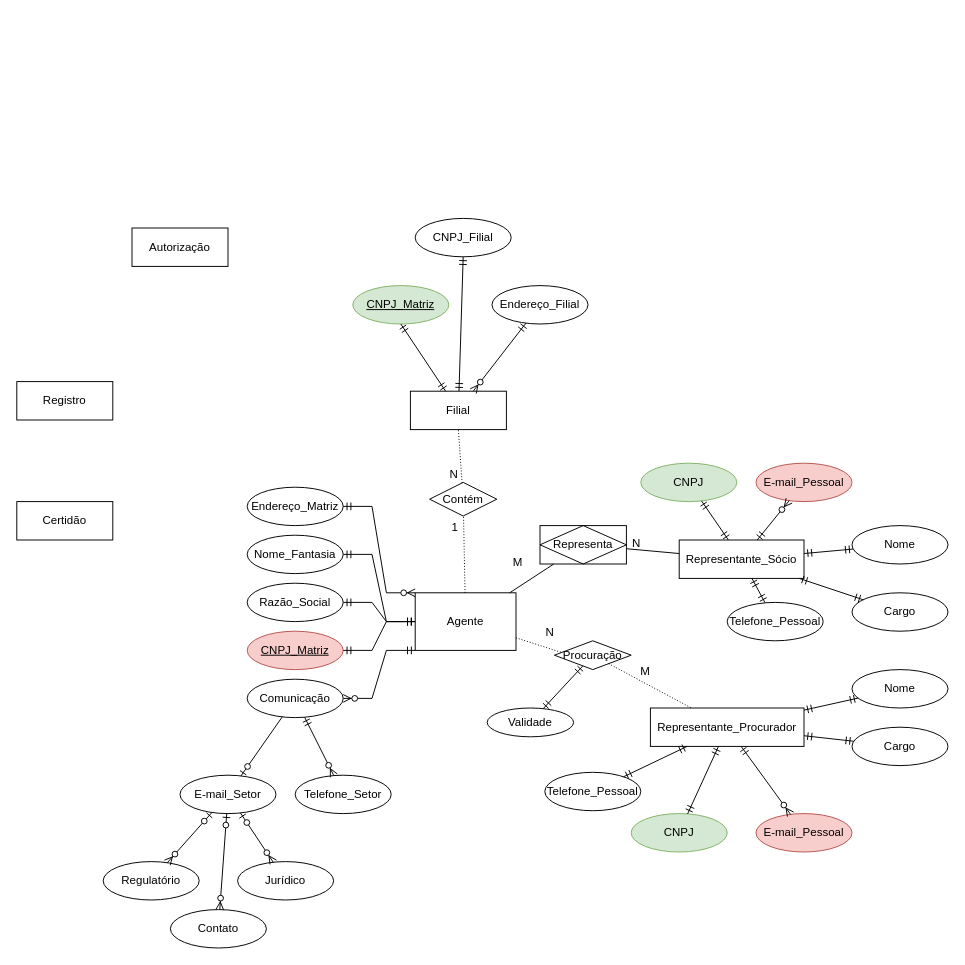
This is Cadastro.drawio from GustavoCoutinhoAraujo/GustavoCoutinhoAraujo, a draw.io file, before an edit. Source tidied: cells renumbered, new cells numbered last; positions are measured from the earlier drawing's top-left corner, leaving out a move shared by most shapes. Both pictures are drawn from the tidied source at 96%, with x=0, y=0 at pixel (16, 218).
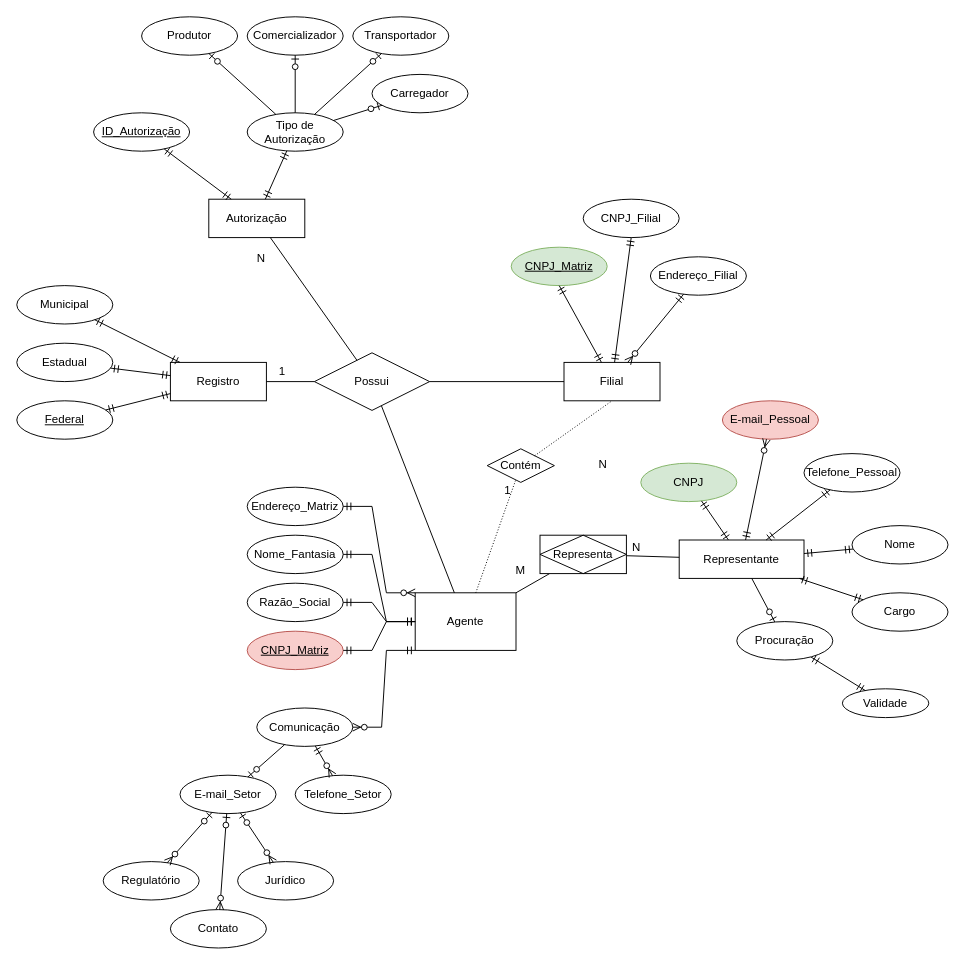
The same diagram, later.

The change refers to these unchanged cells:
```xml
<mxCell id="9" value="Agente" style="whiteSpace=wrap;html=1;align=center;" parent="1" vertex="1">
  <mxGeometry x="415" y="390" width="105" height="60" as="geometry" />
</mxCell>
<mxCell id="53" style="endArrow=none;html=1;rounded=0;dashed=1;dashPattern=1 2;entryX=0.5;entryY=1;entryDx=0;entryDy=0;" parent="1" edge="1" source="24" target="23">
  <mxGeometry relative="1" as="geometry" />
</mxCell>
<mxCell id="55" style="endArrow=none;html=1;rounded=0;" parent="1" edge="1" source="9" target="59">
  <mxGeometry relative="1" as="geometry" />
</mxCell>
```

What changed in the source:
```diff
@@
     <mxCell id="7" value="Comunicação" style="ellipse;whiteSpace=wrap;html=1;align=center;" parent="1" vertex="1">
-      <mxGeometry x="240" y="480" width="100" height="40" as="geometry" />
+      <mxGeometry x="250" y="510" width="100" height="40" as="geometry" />
     </mxCell>
@@
     <mxCell id="23" value="Filial" style="whiteSpace=wrap;html=1;align=center;" parent="1" vertex="1">
-      <mxGeometry x="410" y="180" width="100" height="40" as="geometry" />
+      <mxGeometry x="570" y="150" width="100" height="40" as="geometry" />
     </mxCell>
     <mxCell id="24" value="Contém" style="shape=rhombus;perimeter=rhombusPerimeter;whiteSpace=wrap;html=1;align=center;" parent="1" vertex="1">
-      <mxGeometry x="430" y="275" width="70" height="35" as="geometry" />
+      <mxGeometry x="490" y="240" width="70" height="35" as="geometry" />
     </mxCell>
     <mxCell id="25" value="CNPJ_Matriz" style="ellipse;whiteSpace=wrap;html=1;align=center;fontStyle=4;fillColor=#d5e8d4;strokeColor=#82b366;" parent="1" vertex="1">
-      <mxGeometry x="350" y="70" width="100" height="40" as="geometry" />
+      <mxGeometry x="515" y="30" width="100" height="40" as="geometry" />
     </mxCell>
     <mxCell id="26" value="CNPJ_Filial" style="ellipse;whiteSpace=wrap;html=1;align=center;" parent="1" vertex="1">
-      <mxGeometry x="415" width="100" height="40" as="geometry" />
+      <mxGeometry x="590" y="-20" width="100" height="40" as="geometry" />
     </mxCell>
     <mxCell id="27" value="Endereço_Filial" style="ellipse;whiteSpace=wrap;html=1;align=center;" parent="1" vertex="1">
-      <mxGeometry x="495" y="70" width="100" height="40" as="geometry" />
+      <mxGeometry x="660" y="40" width="100" height="40" as="geometry" />
     </mxCell>
     <mxCell id="28" value="Autorização" style="whiteSpace=wrap;html=1;align=center;" parent="1" vertex="1">
-      <mxGeometry x="120" y="10" width="100" height="40" as="geometry" />
+      <mxGeometry x="200" y="-20" width="100" height="40" as="geometry" />
     </mxCell>
     <mxCell id="29" value="Registro" style="whiteSpace=wrap;html=1;align=center;" parent="1" vertex="1">
-      <mxGeometry y="170" width="100" height="40" as="geometry" />
+      <mxGeometry x="160" y="150" width="100" height="40" as="geometry" />
     </mxCell>
-    <mxCell id="30" value="Certidão" style="whiteSpace=wrap;html=1;align=center;" parent="1" vertex="1">
-      <mxGeometry y="295" width="100" height="40" as="geometry" />
-    </mxCell>
@@
-    <mxCell id="34" value="Representante_Sócio" style="whiteSpace=wrap;html=1;align=center;" parent="1" vertex="1">
+    <mxCell id="34" value="Representante" style="whiteSpace=wrap;html=1;align=center;" parent="1" vertex="1">
       <mxGeometry x="690" y="335" width="130" height="40" as="geometry" />
     </mxCell>
@@
     <mxCell id="36" value="E-mail_Pessoal" style="ellipse;whiteSpace=wrap;html=1;align=center;fillColor=#f8cecc;strokeColor=#b85450;" parent="1" vertex="1">
-      <mxGeometry x="770" y="255" width="100" height="40" as="geometry" />
+      <mxGeometry x="735" y="190" width="100" height="40" as="geometry" />
     </mxCell>
@@
-    <mxCell id="39" value="Representante_Procurador" style="whiteSpace=wrap;html=1;align=center;" parent="1" vertex="1">
-      <mxGeometry x="660" y="510" width="160" height="40" as="geometry" />
-    </mxCell>
-    <mxCell id="40" value="CNPJ" style="ellipse;whiteSpace=wrap;html=1;align=center;fillColor=#d5e8d4;strokeColor=#82b366;" parent="1" vertex="1">
-      <mxGeometry x="640" y="620" width="100" height="40" as="geometry" />
-    </mxCell>
-    <mxCell id="41" value="E-mail_Pessoal" style="ellipse;whiteSpace=wrap;html=1;align=center;fillColor=#f8cecc;strokeColor=#b85450;" parent="1" vertex="1">
-      <mxGeometry x="770" y="620" width="100" height="40" as="geometry" />
-    </mxCell>
-    <mxCell id="42" value="Nome" style="ellipse;whiteSpace=wrap;html=1;align=center;" parent="1" vertex="1">
-      <mxGeometry x="870" y="470" width="100" height="40" as="geometry" />
-    </mxCell>
-    <mxCell id="43" value="Cargo" style="ellipse;whiteSpace=wrap;html=1;align=center;" parent="1" vertex="1">
-      <mxGeometry x="870" y="530" width="100" height="40" as="geometry" />
-    </mxCell>
-    <mxCell id="44" value="Procuração" style="shape=rhombus;perimeter=rhombusPerimeter;whiteSpace=wrap;html=1;align=center;" parent="1" vertex="1">
-      <mxGeometry x="560" y="440" width="80" height="30" as="geometry" />
-    </mxCell>
@@
     <mxCell id="49" value="Validade" style="ellipse;whiteSpace=wrap;html=1;align=center;" parent="1" vertex="1">
-      <mxGeometry x="490" y="510" width="90" height="30" as="geometry" />
+      <mxGeometry x="860" y="490" width="90" height="30" as="geometry" />
     </mxCell>
@@
     <mxCell id="54" value="N" style="html=1;align=right;verticalAlign=bottom;" parent="53" vertex="1">
       <mxGeometry x="1" relative="1" as="geometry">
-        <mxPoint y="55" as="offset" />
+        <mxPoint x="-5" y="75" as="offset" />
       </mxGeometry>
     </mxCell>
@@
     <mxCell id="56" value="M" style="html=1;align=right;verticalAlign=bottom;" parent="55" vertex="1">
       <mxGeometry x="1" relative="1" as="geometry">
-        <mxPoint x="-32" y="7" as="offset" />
+        <mxPoint x="-25" y="5" as="offset" />
       </mxGeometry>
     </mxCell>
@@
     <mxCell id="59" value="Representa" style="shape=associativeEntity;whiteSpace=wrap;html=1;align=center;" parent="1" vertex="1">
-      <mxGeometry x="545" y="320" width="90" height="40" as="geometry" />
+      <mxGeometry x="545" y="330" width="90" height="40" as="geometry" />
     </mxCell>
-    <mxCell id="60" style="endArrow=none;html=1;rounded=0;dashed=1;dashPattern=1 2;entryX=0.099;entryY=0.409;entryDx=0;entryDy=0;entryPerimeter=0;" parent="1" edge="1" source="9" target="44">
-      <mxGeometry relative="1" as="geometry" />
-    </mxCell>
-    <mxCell id="61" value="N" style="html=1;align=right;verticalAlign=bottom;" parent="60" vertex="1">
-      <mxGeometry x="1" relative="1" as="geometry">
-        <mxPoint x="-8" y="-12" as="offset" />
-      </mxGeometry>
-    </mxCell>
-    <mxCell id="62" style="endArrow=none;html=1;rounded=0;dashed=1;dashPattern=1 2;" parent="1" edge="1" source="44" target="39">
-      <mxGeometry relative="1" as="geometry" />
-    </mxCell>
-    <mxCell id="63" value="M" style="html=1;align=right;verticalAlign=bottom;" parent="62" vertex="1">
-      <mxGeometry x="1" relative="1" as="geometry">
-        <mxPoint x="-43" y="-30" as="offset" />
-      </mxGeometry>
-    </mxCell>
-    <mxCell id="64" style="fontSize=12;html=1;endArrow=ERmandOne;startArrow=ERmandOne;rounded=0;" parent="1" edge="1" source="40" target="39">
-      <mxGeometry relative="1" as="geometry" />
-    </mxCell>
-    <mxCell id="65" style="fontSize=12;html=1;endArrow=ERzeroToMany;startArrow=ERmandOne;rounded=0;" parent="1" edge="1" source="39" target="41">
-      <mxGeometry relative="1" as="geometry" />
-    </mxCell>
-    <mxCell id="66" style="fontSize=12;html=1;endArrow=ERmandOne;startArrow=ERmandOne;rounded=0;" parent="1" edge="1" source="39" target="42">
-      <mxGeometry relative="1" as="geometry" />
-    </mxCell>
-    <mxCell id="67" style="fontSize=12;html=1;endArrow=ERmandOne;startArrow=ERmandOne;rounded=0;" parent="1" edge="1" source="39" target="43">
-      <mxGeometry relative="1" as="geometry" />
-    </mxCell>
     <mxCell id="68" value="Telefone_Pessoal" style="ellipse;whiteSpace=wrap;html=1;align=center;" parent="1" vertex="1">
-      <mxGeometry x="740" y="400" width="100" height="40" as="geometry" />
+      <mxGeometry x="820" y="245" width="100" height="40" as="geometry" />
     </mxCell>
@@
-    <mxCell id="70" value="Telefone_Pessoal" style="ellipse;whiteSpace=wrap;html=1;align=center;" parent="1" vertex="1">
-      <mxGeometry x="550" y="577" width="100" height="40" as="geometry" />
-    </mxCell>
-    <mxCell id="71" style="fontSize=12;html=1;endArrow=ERmandOne;startArrow=ERmandOne;rounded=0;" parent="1" edge="1" source="70" target="39">
-      <mxGeometry relative="1" as="geometry" />
-    </mxCell>
+    <mxCell id="72" value="Possui" style="shape=rhombus;perimeter=rhombusPerimeter;whiteSpace=wrap;html=1;align=center;" parent="1" vertex="1">
+      <mxGeometry x="310" y="140" width="120" height="60" as="geometry" />
+    </mxCell>
+    <mxCell id="73" style="endArrow=none;html=1;rounded=0;" parent="1" edge="1" source="72" target="9">
+      <mxGeometry relative="1" as="geometry" />
+    </mxCell>
+    <mxCell id="74" style="endArrow=none;html=1;rounded=0;" parent="1" edge="1" source="72" target="23">
+      <mxGeometry relative="1" as="geometry" />
+    </mxCell>
+    <mxCell id="75" style="endArrow=none;html=1;rounded=0;" parent="1" edge="1" source="72" target="28">
+      <mxGeometry relative="1" as="geometry" />
+    </mxCell>
+    <mxCell id="61" value="N" style="html=1;align=right;verticalAlign=bottom;" parent="75" vertex="1">
+      <mxGeometry x="1" relative="1" as="geometry">
+        <mxPoint x="-5" y="30" as="offset" />
+      </mxGeometry>
+    </mxCell>
+    <mxCell id="76" style="endArrow=none;html=1;rounded=0;" parent="1" edge="1" source="72" target="29">
+      <mxGeometry relative="1" as="geometry" />
+    </mxCell>
+    <mxCell id="77" value="1" style="html=1;align=right;verticalAlign=bottom;" parent="76" vertex="1">
+      <mxGeometry x="1" relative="1" as="geometry">
+        <mxPoint x="20" y="-2" as="offset" />
+      </mxGeometry>
+    </mxCell>
+    <mxCell id="78" value="Estadual" style="ellipse;whiteSpace=wrap;html=1;align=center;" parent="1" vertex="1">
+      <mxGeometry y="130" width="100" height="40" as="geometry" />
+    </mxCell>
+    <mxCell id="79" value="ID_Autorização" style="ellipse;whiteSpace=wrap;html=1;align=center;fontStyle=4;" parent="1" vertex="1">
+      <mxGeometry x="80" y="-110" width="100" height="40" as="geometry" />
+    </mxCell>
+    <mxCell id="80" value="Tipo de Autorização" style="ellipse;whiteSpace=wrap;html=1;align=center;" parent="1" vertex="1">
+      <mxGeometry x="240" y="-110" width="100" height="40" as="geometry" />
+    </mxCell>
+    <mxCell id="81" value="Produtor" style="ellipse;whiteSpace=wrap;html=1;align=center;" parent="1" vertex="1">
+      <mxGeometry x="130" y="-210" width="100" height="40" as="geometry" />
+    </mxCell>
+    <mxCell id="82" value="Comercializador" style="ellipse;whiteSpace=wrap;html=1;align=center;" parent="1" vertex="1">
+      <mxGeometry x="240" y="-210" width="100" height="40" as="geometry" />
+    </mxCell>
+    <mxCell id="83" value="Transportador" style="ellipse;whiteSpace=wrap;html=1;align=center;" parent="1" vertex="1">
+      <mxGeometry x="350" y="-210" width="100" height="40" as="geometry" />
+    </mxCell>
+    <mxCell id="84" value="Carregador" style="ellipse;whiteSpace=wrap;html=1;align=center;" parent="1" vertex="1">
+      <mxGeometry x="370" y="-150" width="100" height="40" as="geometry" />
+    </mxCell>
+    <mxCell id="85" style="fontSize=12;html=1;endArrow=ERmandOne;startArrow=ERmandOne;rounded=0;" parent="1" edge="1" source="28" target="79">
+      <mxGeometry relative="1" as="geometry" />
+    </mxCell>
+    <mxCell id="86" value="Municipal" style="ellipse;whiteSpace=wrap;html=1;align=center;" parent="1" vertex="1">
+      <mxGeometry y="70" width="100" height="40" as="geometry" />
+    </mxCell>
+    <mxCell id="87" value="Federal" style="ellipse;whiteSpace=wrap;html=1;align=center;fontStyle=4;" parent="1" vertex="1">
+      <mxGeometry y="190" width="100" height="40" as="geometry" />
+    </mxCell>
+    <mxCell id="88" style="fontSize=12;html=1;endArrow=ERmandOne;startArrow=ERmandOne;rounded=0;" parent="1" edge="1" source="29" target="86">
+      <mxGeometry relative="1" as="geometry" />
+    </mxCell>
+    <mxCell id="89" style="fontSize=12;html=1;endArrow=ERmandOne;startArrow=ERmandOne;rounded=0;" parent="1" edge="1" source="29" target="78">
+      <mxGeometry relative="1" as="geometry" />
+    </mxCell>
+    <mxCell id="90" style="fontSize=12;html=1;endArrow=ERmandOne;startArrow=ERmandOne;rounded=0;" parent="1" edge="1" source="87" target="29">
+      <mxGeometry relative="1" as="geometry" />
+    </mxCell>
+    <mxCell id="91" style="fontSize=12;html=1;endArrow=ERzeroToOne;endFill=1;rounded=0;" parent="1" edge="1" source="80" target="81">
+      <mxGeometry relative="1" as="geometry" />
+    </mxCell>
+    <mxCell id="92" style="fontSize=12;html=1;endArrow=ERzeroToOne;endFill=1;rounded=0;" parent="1" edge="1" source="80" target="82">
+      <mxGeometry relative="1" as="geometry" />
+    </mxCell>
+    <mxCell id="93" style="fontSize=12;html=1;endArrow=ERzeroToOne;endFill=1;rounded=0;" parent="1" edge="1" source="80" target="83">
+      <mxGeometry relative="1" as="geometry" />
+    </mxCell>
+    <mxCell id="94" style="fontSize=12;html=1;endArrow=ERzeroToOne;endFill=1;rounded=0;" parent="1" edge="1" source="80" target="84">
+      <mxGeometry relative="1" as="geometry" />
+    </mxCell>
+    <mxCell id="95" style="fontSize=12;html=1;endArrow=ERmandOne;startArrow=ERmandOne;rounded=0;" parent="1" edge="1" source="28" target="80">
+      <mxGeometry relative="1" as="geometry" />
+    </mxCell>
+    <mxCell id="44" value="Procuração" style="ellipse;whiteSpace=wrap;html=1;align=center;" parent="1" vertex="1">
+      <mxGeometry x="750" y="420" width="100" height="40" as="geometry" />
+    </mxCell>
+    <mxCell id="96" style="fontSize=12;html=1;endArrow=ERzeroToOne;endFill=1;rounded=0;" parent="1" edge="1" source="34" target="44">
+      <mxGeometry relative="1" as="geometry" />
+    </mxCell>
```
